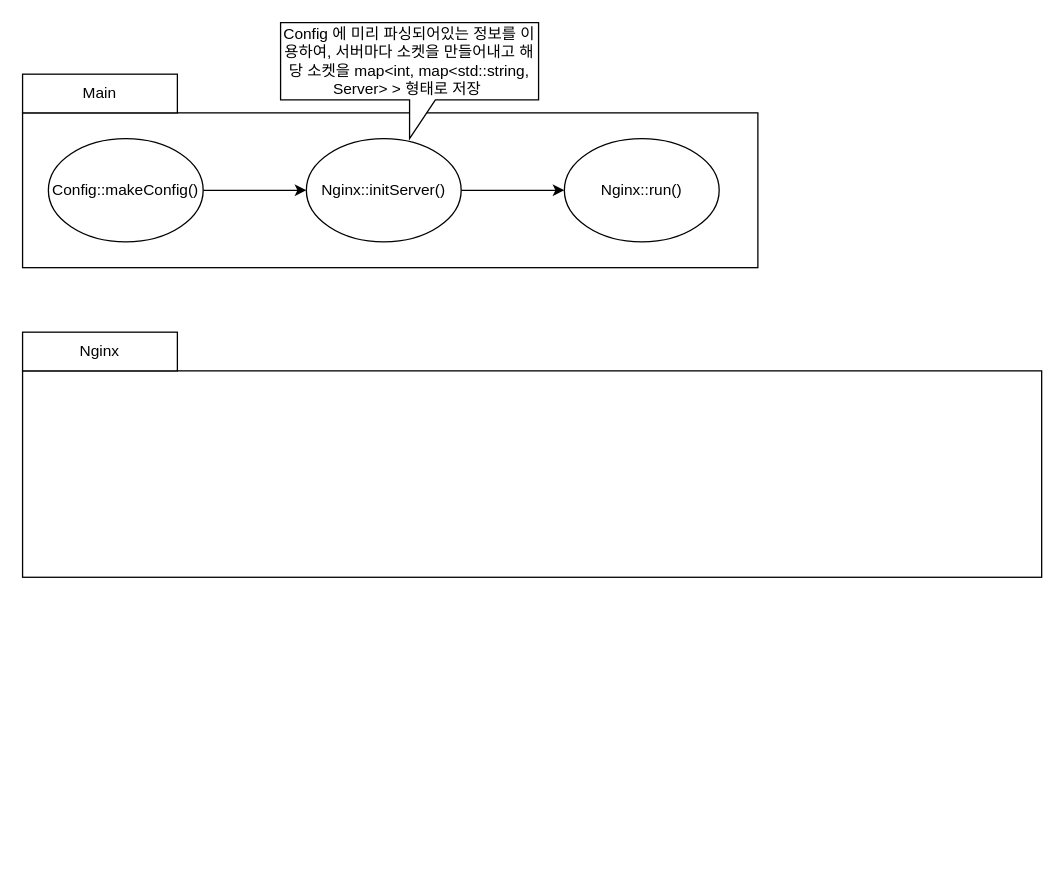
Before: flowChart.dio in 42seoul-NULL/Webserv_, a draw.io diagram. Source tidied: cells renumbered, new cells numbered last; positions are measured from the earlier drawing's top-left corner, leaving out a move shared by most shapes. Both pictures are drawn from the tidied source at 129%, with x=0, y=0 at pixel (22, 22).
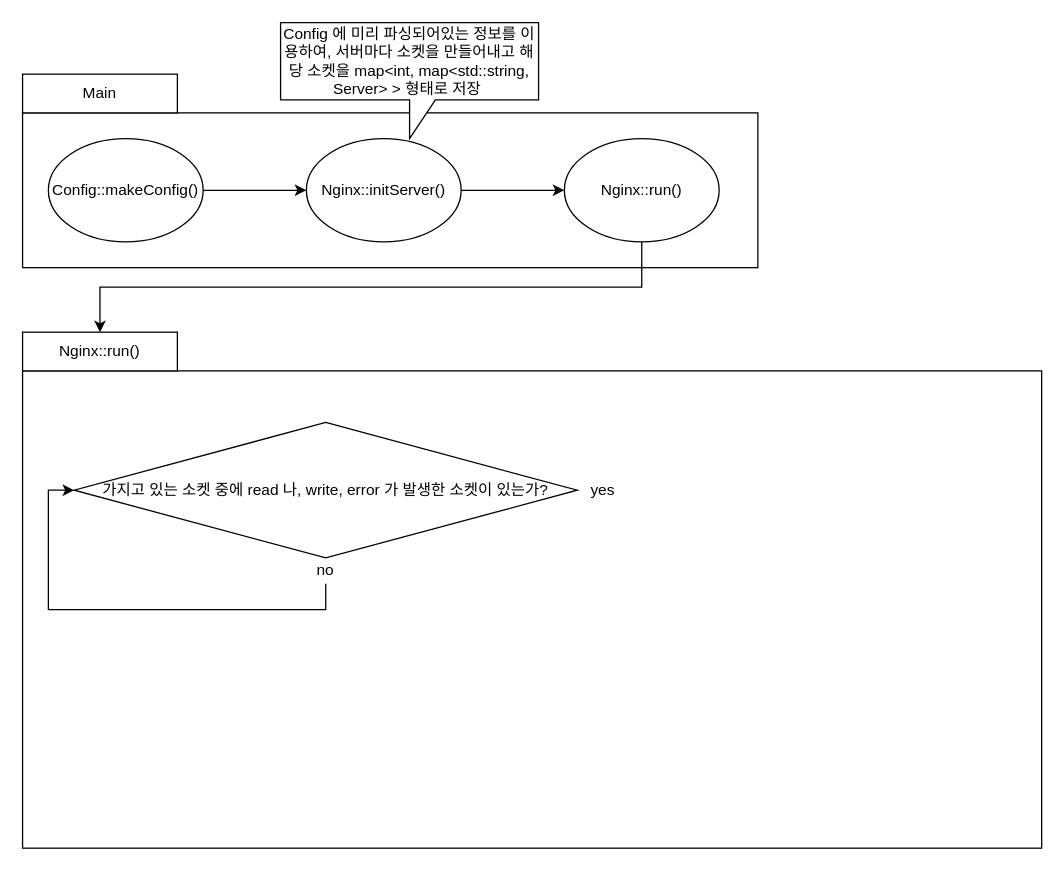
The same diagram, later.

Change to the diagram source:
```diff
@@
 <mxGraphModel>
   <root>
     <mxCell id="0" />
     <mxCell id="1" parent="0" />
     <mxCell id="2" style="rounded=0;whiteSpace=wrap;html=1;" parent="1" vertex="1">
       <mxGeometry y="70" width="570" height="120" as="geometry" />
     </mxCell>
     <mxCell id="3" value="&lt;span&gt;Main&lt;/span&gt;" style="rounded=0;whiteSpace=wrap;html=1;" parent="1" vertex="1">
       <mxGeometry y="40" width="120" height="30" as="geometry" />
     </mxCell>
     <mxCell id="4" style="edgeStyle=orthogonalEdgeStyle;rounded=0;jettySize=auto;html=1;exitX=1;exitY=0.5;exitDx=0;exitDy=0;entryX=0;entryY=0.5;entryDx=0;entryDy=0;" parent="1" edge="1" source="5" target="7">
       <mxGeometry relative="1" as="geometry" />
     </mxCell>
     <mxCell id="5" value="Config::makeConfig()" style="ellipse;whiteSpace=wrap;html=1;" parent="1" vertex="1">
       <mxGeometry x="20" y="90" width="120" height="80" as="geometry" />
     </mxCell>
     <mxCell id="6" style="edgeStyle=orthogonalEdgeStyle;rounded=0;jettySize=auto;html=1;exitX=1;exitY=0.5;exitDx=0;exitDy=0;" parent="1" edge="1" source="7" target="8">
       <mxGeometry relative="1" as="geometry" />
     </mxCell>
     <mxCell id="7" value="Nginx::initServer()" style="ellipse;whiteSpace=wrap;html=1;" parent="1" vertex="1">
       <mxGeometry x="220" y="90" width="120" height="80" as="geometry" />
     </mxCell>
+    <mxCell id="12" style="edgeStyle=orthogonalEdgeStyle;rounded=0;jettySize=auto;html=1;exitX=0.5;exitY=1;exitDx=0;exitDy=0;entryX=0.5;entryY=0;entryDx=0;entryDy=0;" parent="1" edge="1" source="8" target="11">
+      <mxGeometry relative="1" as="geometry" />
+    </mxCell>
     <mxCell id="8" value="Nginx::run()" style="ellipse;whiteSpace=wrap;html=1;" parent="1" vertex="1">
       <mxGeometry x="420" y="90" width="120" height="80" as="geometry" />
     </mxCell>
     <mxCell id="9" value="Config 에 미리 파싱되어있는 정보를 이용하여, 서버마다 소켓을 만들어내고 해당 소켓을 map&amp;lt;int, map&amp;lt;std::string, Server&amp;gt; &amp;gt; 형태로 저장&amp;nbsp;" style="shape=callout;whiteSpace=wrap;html=1;perimeter=calloutPerimeter;" parent="1" vertex="1">
       <mxGeometry x="200" width="200" height="90" as="geometry" />
     </mxCell>
     <mxCell id="10" style="rounded=0;whiteSpace=wrap;html=1;" parent="1" vertex="1">
-      <mxGeometry y="270" width="790" height="160" as="geometry" />
+      <mxGeometry y="270" width="790" height="370" as="geometry" />
     </mxCell>
-    <mxCell id="11" value="Nginx" style="rounded=0;whiteSpace=wrap;html=1;" parent="1" vertex="1">
+    <mxCell id="11" value="Nginx::run()" style="rounded=0;whiteSpace=wrap;html=1;" parent="1" vertex="1">
       <mxGeometry y="240" width="120" height="30" as="geometry" />
     </mxCell>
+    <mxCell id="13" value="&lt;span&gt;가지고 있는 소켓 중에 read 나, write, error 가 발생한 소켓이 있는가?&lt;/span&gt;" style="rhombus;whiteSpace=wrap;html=1;" parent="1" vertex="1">
+      <mxGeometry x="40" y="310" width="390" height="105" as="geometry" />
+    </mxCell>
+    <mxCell id="14" value="yes" style="text;html=1;strokeColor=none;fillColor=none;align=center;verticalAlign=middle;whiteSpace=wrap;rounded=0;" parent="1" vertex="1">
+      <mxGeometry x="430" y="352.5" width="40" height="20" as="geometry" />
+    </mxCell>
+    <mxCell id="15" style="edgeStyle=orthogonalEdgeStyle;rounded=0;jettySize=auto;html=1;exitX=0.5;exitY=1;exitDx=0;exitDy=0;entryX=0;entryY=0.5;entryDx=0;entryDy=0;" parent="1" edge="1" source="16" target="13">
+      <mxGeometry relative="1" as="geometry" />
+    </mxCell>
+    <mxCell id="16" value="no" style="text;html=1;strokeColor=none;fillColor=none;align=center;verticalAlign=middle;whiteSpace=wrap;rounded=0;" parent="1" vertex="1">
+      <mxGeometry x="215" y="415" width="40" height="20" as="geometry" />
+    </mxCell>
   </root>
 </mxGraphModel>
```
